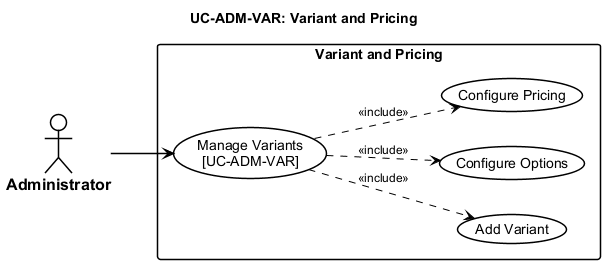
Above: thesis/figures/chapters/part2/ch2-design/02-use-cases/diagrams/P2S2.2.2_usecase-variant-pricing.png in qingfa-dev/ReSys.Shop (PlantUML), before the change.
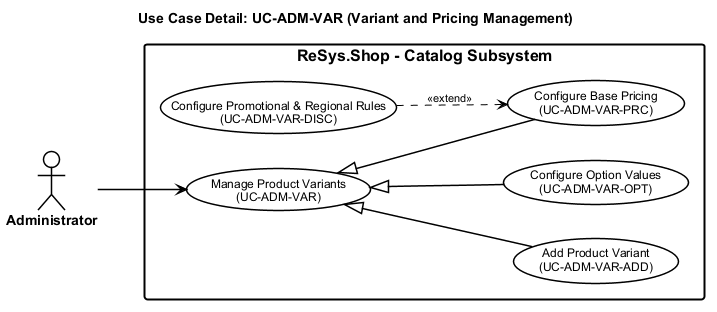
After the change.

The edit, as a diff of the source:
```diff
@@ -13,41 +13,49 @@
     LineThickness 1.5
     FontColor #000000
     FontStyle bold
-    FontSize 16
+    FontSize 14
   }
   usecase {
     BackGroundColor #FFFFFF
     LineColor #000000
     LineThickness 1.5
     FontColor #000000
+    FontSize 12
   }
   rectangle {
     BackGroundColor #FFFFFF
     LineColor #000000
-    LineThickness 1.5
+    LineThickness 2
     FontStyle bold
+    FontSize 16
   }
   arrow {
     LineColor #000000
     LineThickness 1.5
-    FontSize 12
+    FontSize 11
   }
 </style>
-title UC-ADM-VAR: Variant and Pricing
+
+title Use Case Detail: UC-ADM-VAR (Variant and Pricing Management)
 
 actor "Administrator" as Admin
 
-rectangle "Variant and Pricing" {
-  usecase "Manage Variants\n[UC-ADM-VAR]" as UC_MAIN
-  usecase "Add Variant" as UC_SUB_1
-  usecase "Configure Options" as UC_SUB_2
-  usecase "Configure Pricing" as UC_SUB_3
+rectangle "ReSys.Shop - Catalog Subsystem" {
 
-  UC_MAIN ..> UC_SUB_1 : <<include>>
-  UC_MAIN ..> UC_SUB_2 : <<include>>
-  UC_MAIN ..> UC_SUB_3 : <<include>>
+  usecase "Manage Product Variants\n(UC-ADM-VAR)" as UC_MAIN
+  usecase "Add Product Variant\n(UC-ADM-VAR-ADD)" as UC_ADD
+  usecase "Configure Option Values\n(UC-ADM-VAR-OPT)" as UC_OPT
+  usecase "Configure Base Pricing\n(UC-ADM-VAR-PRC)" as UC_PRC
+  usecase "Configure Promotional & Regional Rules\n(UC-ADM-VAR-DISC)" as UC_RULES
+
 }
 
 Admin --> UC_MAIN
 
+UC_MAIN <|-- UC_ADD
+UC_MAIN <|-- UC_OPT
+UC_MAIN <|-- UC_PRC
+
+UC_RULES ..> UC_PRC : <<extend>>
+
 @enduml
```
